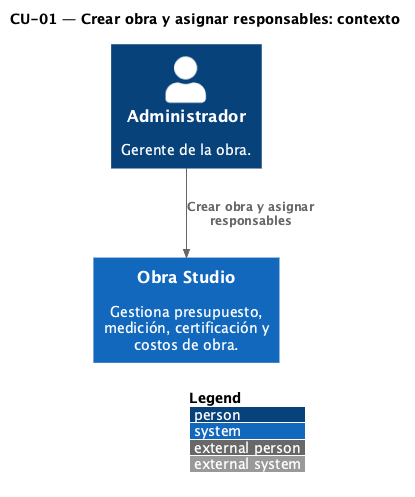
Ssrrb/TPF-teoria keeps this PlantUML diagram as modelo/out/c4/C4-CU01-contexto.png. Above is the earlier version.
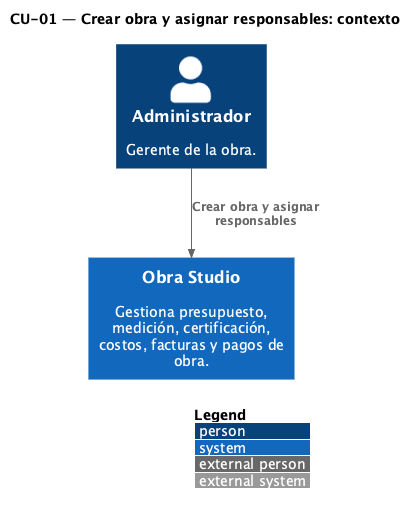
The same diagram one commit later.

Diff of the diagram source:
```diff
@@ -4,7 +4,7 @@
 title CU-01 — Crear obra y asignar responsables: contexto
 
 Person(ADM, "Administrador", "Gerente de la obra.")
-System(obra, "Obra Studio", "Gestiona presupuesto, medición, certificación y costos de obra.")
+System(obra, "Obra Studio", "Gestiona presupuesto, medición, certificación, costos, facturas y pagos de obra.")
 
 Rel(ADM, obra, "Crear obra y asignar responsables")
 @enduml
```
